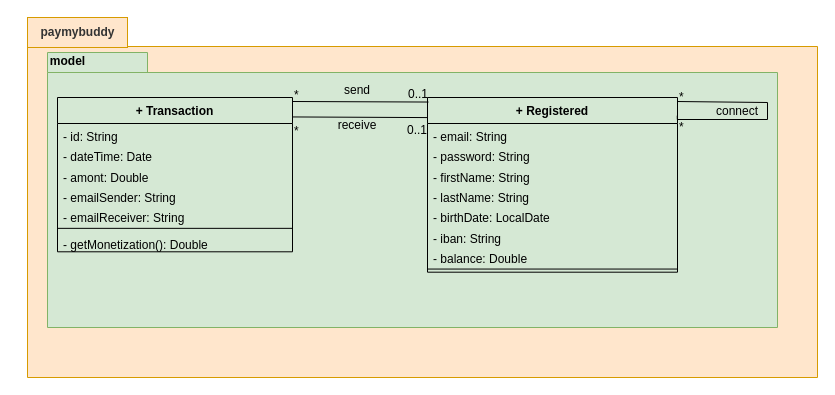
Earlier version of the draw.io diagram page "Model classes" (2 of 3) of UML/payMyBuddyUML.drawio (emmo78/com.paymybuddy.paymybuddy). Source tidied: cells renumbered, new cells numbered last; positions are measured from the earlier drawing's top-left corner, leaving out a move shared by most shapes. Both pictures are drawn from the tidied source at 100%, with x=0, y=0 at pixel (17, 17).
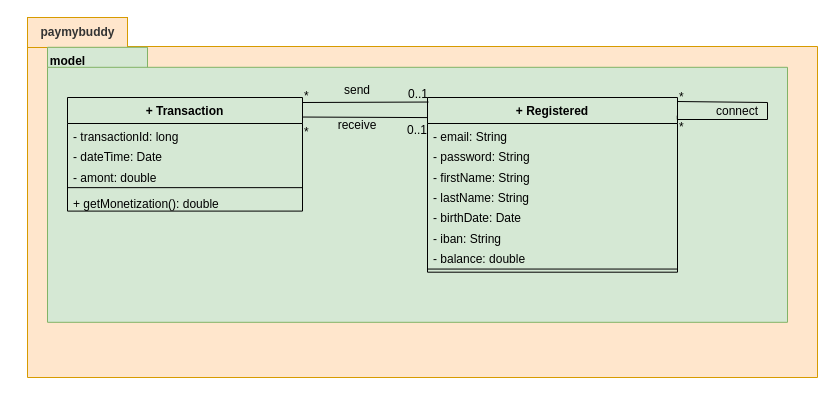
Above is the later version.

Unchanged cells that the change refers to:
```xml
<mxCell id="6" value="+ Registered" style="swimlane;fontStyle=1;align=center;verticalAlign=top;horizontal=1;startSize=26;fillColor=#d5e8d4;strokeColor=#000000;" parent="1" vertex="1">
  <mxGeometry x="410" y="80" width="250" height="174.7" as="geometry" />
</mxCell>
```

What changed in the source:
```diff
@@
     <mxCell id="4" style="shape=folder;fontStyle=1;spacingTop=10;tabWidth=100;tabHeight=20;tabPosition=left;html=1;fillColor=#d5e8d4;strokeColor=#82b366;" parent="1" vertex="1">
-      <mxGeometry x="30" y="35" width="730" height="275" as="geometry" />
+      <mxGeometry x="30" y="29.8" width="740" height="275" as="geometry" />
     </mxCell>
@@
-    <mxCell id="11" value="- birthDate: LocalDate" style="text;strokeColor=none;fillColor=none;align=left;verticalAlign=top;spacingLeft=4;spacingRight=4;overflow=hidden;" parent="6" vertex="1">
+    <mxCell id="11" value="- birthDate: Date" style="text;strokeColor=none;fillColor=none;align=left;verticalAlign=top;spacingLeft=4;spacingRight=4;overflow=hidden;" parent="6" vertex="1">
       <mxGeometry y="107.4" width="250" height="20.3" as="geometry" />
     </mxCell>
@@
-    <mxCell id="13" value="- balance: Double" style="text;strokeColor=none;fillColor=none;align=left;verticalAlign=top;spacingLeft=4;spacingRight=4;overflow=hidden;" parent="6" vertex="1">
+    <mxCell id="13" value="- balance: double" style="text;strokeColor=none;fillColor=none;align=left;verticalAlign=top;spacingLeft=4;spacingRight=4;overflow=hidden;" parent="6" vertex="1">
       <mxGeometry y="148.1" width="250" height="20.3" as="geometry" />
     </mxCell>
@@
     <mxCell id="15" value="+ Transaction" style="swimlane;fontStyle=1;align=center;verticalAlign=top;horizontal=1;startSize=26;fillColor=#d5e8d4;strokeColor=#000000;" parent="1" vertex="1">
-      <mxGeometry x="40" y="80" width="235" height="154.3" as="geometry" />
+      <mxGeometry x="50" y="80" width="235" height="113.6" as="geometry" />
     </mxCell>
-    <mxCell id="16" value="- id: String" style="text;strokeColor=none;fillColor=none;align=left;verticalAlign=top;spacingLeft=4;spacingRight=4;overflow=hidden;" parent="15" vertex="1">
+    <mxCell id="16" value="- transactionId: long" style="text;strokeColor=none;fillColor=none;align=left;verticalAlign=top;spacingLeft=4;spacingRight=4;overflow=hidden;" parent="15" vertex="1">
       <mxGeometry y="26" width="235" height="20.3" as="geometry" />
     </mxCell>
@@
-    <mxCell id="18" value="- amont: Double" style="text;strokeColor=none;fillColor=none;align=left;verticalAlign=top;spacingLeft=4;spacingRight=4;overflow=hidden;" parent="15" vertex="1">
+    <mxCell id="18" value="- amont: double" style="text;strokeColor=none;fillColor=none;align=left;verticalAlign=top;spacingLeft=4;spacingRight=4;overflow=hidden;" parent="15" vertex="1">
       <mxGeometry y="66.7" width="235" height="20.3" as="geometry" />
     </mxCell>
-    <mxCell id="19" value="- emailSender: String" style="text;strokeColor=none;fillColor=none;align=left;verticalAlign=top;spacingLeft=4;spacingRight=4;overflow=hidden;" parent="15" vertex="1">
-      <mxGeometry y="87" width="235" height="20.3" as="geometry" />
-    </mxCell>
-    <mxCell id="20" value="- emailReceiver: String" style="text;strokeColor=none;fillColor=none;align=left;verticalAlign=top;spacingLeft=4;spacingRight=4;overflow=hidden;" parent="15" vertex="1">
-      <mxGeometry y="107.4" width="235" height="20.3" as="geometry" />
-    </mxCell>
     <mxCell id="21" style="line;strokeWidth=1;fillColor=none;align=left;verticalAlign=middle;spacingTop=-1;spacingLeft=3;spacingRight=3;labelPosition=right;" parent="15" vertex="1">
-      <mxGeometry y="127.7" width="235" height="6.3" as="geometry" />
+      <mxGeometry y="87" width="235" height="6.3" as="geometry" />
     </mxCell>
-    <mxCell id="22" value="- getMonetization(): Double" style="text;strokeColor=none;fillColor=none;align=left;verticalAlign=top;spacingLeft=4;spacingRight=4;overflow=hidden;" parent="15" vertex="1">
-      <mxGeometry y="134" width="235" height="20.3" as="geometry" />
+    <mxCell id="22" value="+ getMonetization(): double" style="text;strokeColor=none;fillColor=none;align=left;verticalAlign=top;spacingLeft=4;spacingRight=4;overflow=hidden;" parent="15" vertex="1">
+      <mxGeometry y="93.3" width="235" height="20.3" as="geometry" />
     </mxCell>
@@
-    <mxCell id="28" style="endArrow=none;html=1;rounded=0;align=center;verticalAlign=top;endFill=0;labelBackgroundColor=none;entryX=0.004;entryY=0.026;entryDx=0;entryDy=0;exitX=1;exitY=0.026;exitDx=0;exitDy=0;strokeColor=#000000;exitPerimeter=0;entryPerimeter=0;" parent="1" edge="1" source="15" target="6">
+    <mxCell id="28" style="endArrow=none;html=1;rounded=0;align=center;verticalAlign=top;endFill=0;labelBackgroundColor=none;entryX=0.004;entryY=0.026;entryDx=0;entryDy=0;strokeColor=#000000;entryPerimeter=0;exitX=1.002;exitY=0.044;exitDx=0;exitDy=0;exitPerimeter=0;" parent="1" edge="1" source="15" target="6">
       <mxGeometry relative="1" as="geometry" />
     </mxCell>
@@
-    <mxCell id="31" style="endArrow=none;html=1;rounded=0;align=center;verticalAlign=top;endFill=0;labelBackgroundColor=none;exitX=0.998;exitY=0.126;exitDx=0;exitDy=0;exitPerimeter=0;strokeColor=#000000;entryX=0;entryY=0.115;entryDx=0;entryDy=0;entryPerimeter=0;" parent="1" edge="1" source="15" target="6">
+    <mxCell id="31" style="endArrow=none;html=1;rounded=0;align=center;verticalAlign=top;endFill=0;labelBackgroundColor=none;strokeColor=#000000;entryX=0;entryY=0.115;entryDx=0;entryDy=0;entryPerimeter=0;exitX=0.998;exitY=0.172;exitDx=0;exitDy=0;exitPerimeter=0;" parent="1" edge="1" source="15" target="6">
       <mxGeometry relative="1" as="geometry" />
     </mxCell>
```
